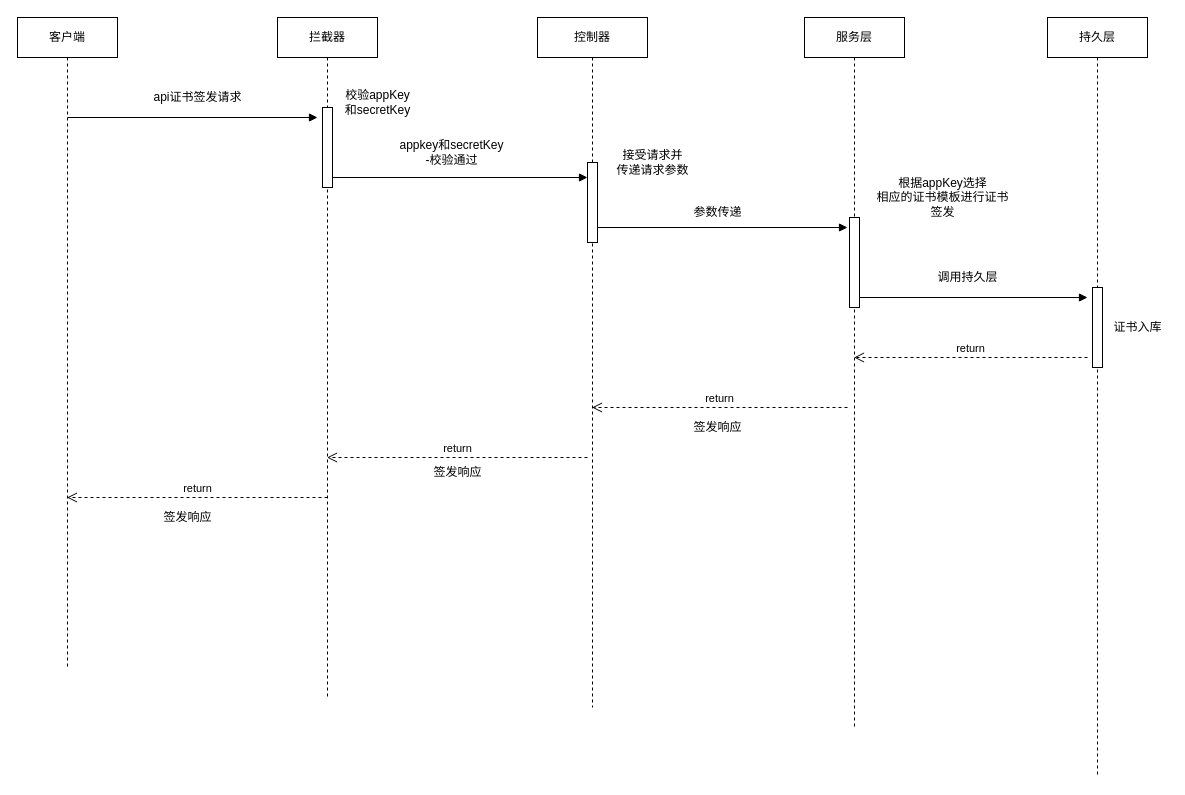
majian-spc/picture keeps this draw.io diagram as Untitled Diagram.drawio. Above is the earlier version. Source tidied: cells renumbered, new cells numbered last; positions are measured from the earlier drawing's top-left corner, leaving out a move shared by most shapes. Both pictures are drawn from the tidied source at 100%, with x=0, y=0 at pixel (17, 17).
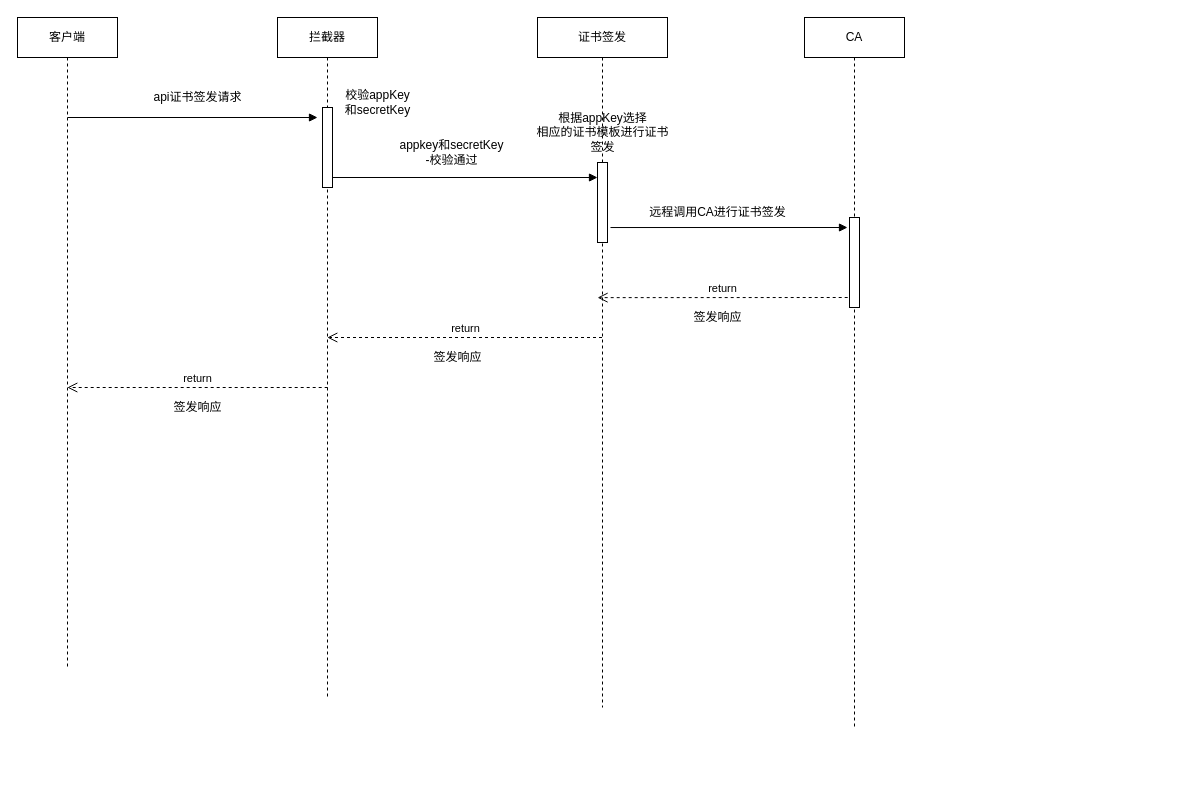
Above is the later version.

Unchanged cells that the change refers to:
```xml
<mxCell id="2" value="客户端" style="shape=umlLifeline;perimeter=lifelinePerimeter;whiteSpace=wrap;html=1;outlineConnect=0;" parent="1" vertex="1">
  <mxGeometry width="100" height="650" as="geometry" />
</mxCell>
<mxCell id="4" value="拦截器" style="shape=umlLifeline;perimeter=lifelinePerimeter;whiteSpace=wrap;html=1;outlineConnect=0;" parent="1" vertex="1">
  <mxGeometry x="260" width="100" height="680" as="geometry" />
</mxCell>
```

The edit, as a diff of the source:
```diff
@@
-    <mxCell id="7" value="控制器" style="shape=umlLifeline;perimeter=lifelinePerimeter;whiteSpace=wrap;html=1;outlineConnect=0;" parent="1" vertex="1">
-      <mxGeometry x="520" width="110" height="690" as="geometry" />
+    <mxCell id="7" value="证书签发" style="shape=umlLifeline;perimeter=lifelinePerimeter;whiteSpace=wrap;html=1;outlineConnect=0;" parent="1" vertex="1">
+      <mxGeometry x="520" width="130" height="690" as="geometry" />
     </mxCell>
     <mxCell id="8" style="html=1;points=[];perimeter=orthogonalPerimeter;labelPosition=center;verticalLabelPosition=bottom;align=center;verticalAlign=top;" parent="7" vertex="1">
-      <mxGeometry x="50" y="145" width="10" height="80" as="geometry" />
+      <mxGeometry x="60" y="145" width="10" height="80" as="geometry" />
     </mxCell>
-    <mxCell id="9" style="html=1;verticalAlign=bottom;endArrow=block;rounded=0;" parent="7" edge="1">
+    <mxCell id="9" style="html=1;verticalAlign=bottom;endArrow=block;rounded=0;exitX=1.3;exitY=0.813;exitDx=0;exitDy=0;exitPerimeter=0;" parent="7" edge="1" source="8">
       <mxGeometry relative="1" as="geometry">
-        <mxPoint x="60" y="210" as="sourcePoint" />
         <mxPoint x="310" y="210" as="targetPoint" />
       </mxGeometry>
     </mxCell>
+    <mxCell id="15" value="根据appKey选择&lt;br&gt;相应的证书模板进行证书&lt;br&gt;签发" style="text;html=1;align=center;verticalAlign=middle;strokeColor=none;fillColor=none;" parent="7" vertex="1">
+      <mxGeometry x="-10" y="90" width="150" height="50" as="geometry" />
+    </mxCell>
-    <mxCell id="10" value="服务层" style="shape=umlLifeline;perimeter=lifelinePerimeter;whiteSpace=wrap;html=1;outlineConnect=0;" parent="1" vertex="1">
+    <mxCell id="10" value="CA" style="shape=umlLifeline;perimeter=lifelinePerimeter;whiteSpace=wrap;html=1;outlineConnect=0;" parent="1" vertex="1">
       <mxGeometry x="787" width="100" height="710" as="geometry" />
     </mxCell>
@@
-    <mxCell id="12" style="html=1;verticalAlign=bottom;endArrow=block;rounded=0;" parent="10" edge="1">
-      <mxGeometry relative="1" as="geometry">
-        <mxPoint x="55" y="280" as="sourcePoint" />
-        <mxPoint x="283" y="280" as="targetPoint" />
-      </mxGeometry>
-    </mxCell>
-    <mxCell id="13" value="持久层" style="shape=umlLifeline;perimeter=lifelinePerimeter;whiteSpace=wrap;html=1;" parent="1" vertex="1">
-      <mxGeometry x="1030" width="100" height="760" as="geometry" />
-    </mxCell>
-    <mxCell id="14" style="html=1;perimeter=orthogonalPerimeter;" parent="13" vertex="1">
-      <mxGeometry x="45" y="270" width="10" height="80" as="geometry" />
-    </mxCell>
-    <mxCell id="15" value="根据appKey选择&lt;br&gt;相应的证书模板进行证书&lt;br&gt;签发" style="text;html=1;align=center;verticalAlign=middle;strokeColor=none;fillColor=none;" parent="1" vertex="1">
-      <mxGeometry x="850" y="155" width="150" height="50" as="geometry" />
-    </mxCell>
-    <mxCell id="16" value="证书入库" style="text;html=1;align=center;verticalAlign=middle;strokeColor=none;fillColor=none;" parent="1" vertex="1">
-      <mxGeometry x="1090" y="300" width="60" height="20" as="geometry" />
-    </mxCell>
@@
     <mxCell id="18" style="html=1;verticalAlign=bottom;endArrow=block;rounded=0;" parent="1" edge="1">
       <mxGeometry relative="1" as="geometry">
         <mxPoint x="315" y="160" as="sourcePoint" />
-        <mxPoint x="570" y="160" as="targetPoint" />
+        <mxPoint x="580" y="160" as="targetPoint" />
       </mxGeometry>
     </mxCell>
@@
-    <mxCell id="20" value="参数传递" style="text;html=1;align=center;verticalAlign=middle;strokeColor=none;fillColor=none;" parent="1" vertex="1">
-      <mxGeometry x="670" y="185" width="60" height="20" as="geometry" />
+    <mxCell id="20" value="远程调用CA进行证书签发" style="text;html=1;align=center;verticalAlign=middle;strokeColor=none;fillColor=none;" parent="1" vertex="1">
+      <mxGeometry x="625" y="185" width="150" height="20" as="geometry" />
     </mxCell>
-    <mxCell id="21" value="调用持久层" style="text;html=1;align=center;verticalAlign=middle;strokeColor=none;fillColor=none;" parent="1" vertex="1">
-      <mxGeometry x="910" y="250" width="80" height="20" as="geometry" />
-    </mxCell>
-    <mxCell id="22" value="return" style="html=1;verticalAlign=bottom;endArrow=open;dashed=1;endSize=8;rounded=0;" parent="1" edge="1" target="10">
-      <mxGeometry relative="1" as="geometry">
-        <mxPoint x="1070" y="340" as="sourcePoint" />
-      </mxGeometry>
-    </mxCell>
-    <mxCell id="23" value="return" style="html=1;verticalAlign=bottom;endArrow=open;dashed=1;endSize=8;rounded=0;" parent="1" edge="1" target="7">
-      <mxGeometry relative="1" as="geometry">
-        <mxPoint x="830" y="390" as="sourcePoint" />
-      </mxGeometry>
-    </mxCell>
     <mxCell id="24" value="签发响应" style="text;html=1;align=center;verticalAlign=middle;strokeColor=none;fillColor=none;" parent="1" vertex="1">
-      <mxGeometry x="670" y="400" width="60" height="20" as="geometry" />
+      <mxGeometry x="670" y="290" width="60" height="20" as="geometry" />
     </mxCell>
-    <mxCell id="25" value="return" style="html=1;verticalAlign=bottom;endArrow=open;dashed=1;endSize=8;rounded=0;" parent="1" edge="1" target="4">
-      <mxGeometry relative="1" as="geometry">
-        <mxPoint x="570" y="440" as="sourcePoint" />
-      </mxGeometry>
-    </mxCell>
     <mxCell id="26" value="签发响应" style="text;html=1;align=center;verticalAlign=middle;strokeColor=none;fillColor=none;" parent="1" vertex="1">
-      <mxGeometry x="410" y="445" width="60" height="20" as="geometry" />
+      <mxGeometry x="410" y="330" width="60" height="20" as="geometry" />
     </mxCell>
-    <mxCell id="27" value="return" style="html=1;verticalAlign=bottom;endArrow=open;dashed=1;endSize=8;rounded=0;" parent="1" edge="1" target="2">
-      <mxGeometry relative="1" as="geometry">
-        <mxPoint x="310" y="480" as="sourcePoint" />
-      </mxGeometry>
-    </mxCell>
     <mxCell id="28" value="签发响应" style="text;html=1;align=center;verticalAlign=middle;strokeColor=none;fillColor=none;" parent="1" vertex="1">
-      <mxGeometry x="140" y="490" width="60" height="20" as="geometry" />
+      <mxGeometry x="150" y="380" width="60" height="20" as="geometry" />
     </mxCell>
-    <mxCell id="29" value="接受请求并&lt;br&gt;传递请求参数" style="text;html=1;align=center;verticalAlign=middle;strokeColor=none;fillColor=none;" parent="1" vertex="1">
-      <mxGeometry x="590" y="130" width="90" height="30" as="geometry" />
-    </mxCell>
+    <mxCell id="30" value="return" style="html=1;verticalAlign=bottom;endArrow=open;dashed=1;endSize=8;rounded=0;entryX=0.462;entryY=0.406;entryDx=0;entryDy=0;entryPerimeter=0;" parent="1" edge="1" target="7">
+      <mxGeometry relative="1" as="geometry">
+        <mxPoint x="830.2" y="280" as="sourcePoint" />
+      </mxGeometry>
+    </mxCell>
+    <mxCell id="31" value="return" style="html=1;verticalAlign=bottom;endArrow=open;dashed=1;endSize=8;rounded=0;" parent="1" edge="1" source="7">
+      <mxGeometry relative="1" as="geometry">
+        <mxPoint x="309.8" y="320" as="targetPoint" />
+      </mxGeometry>
+    </mxCell>
+    <mxCell id="32" value="return" style="html=1;verticalAlign=bottom;endArrow=open;dashed=1;endSize=8;rounded=0;" parent="1" edge="1">
+      <mxGeometry relative="1" as="geometry">
+        <mxPoint x="310.2" y="370" as="sourcePoint" />
+        <mxPoint x="49.8" y="370" as="targetPoint" />
+      </mxGeometry>
+    </mxCell>
```
